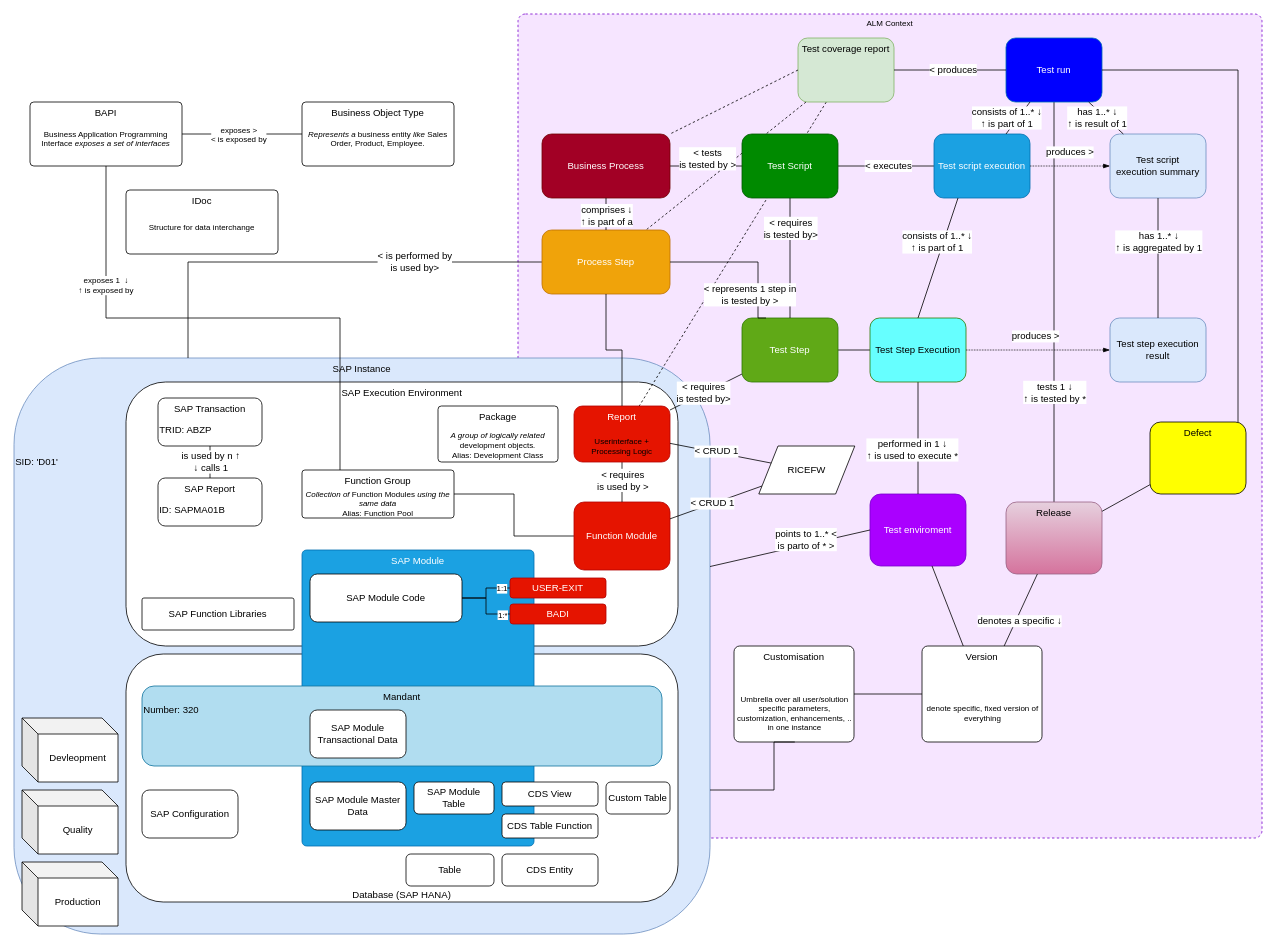
Before: SAP-Information-Model.drawio in sp-christian/sap-information-model, a draw.io diagram. Source tidied: cells renumbered, new cells numbered last; positions are measured from the earlier drawing's top-left corner, leaving out a move shared by most shapes. Both pictures are drawn from the tidied source at 80%, with x=0, y=0 at pixel (14, 14).
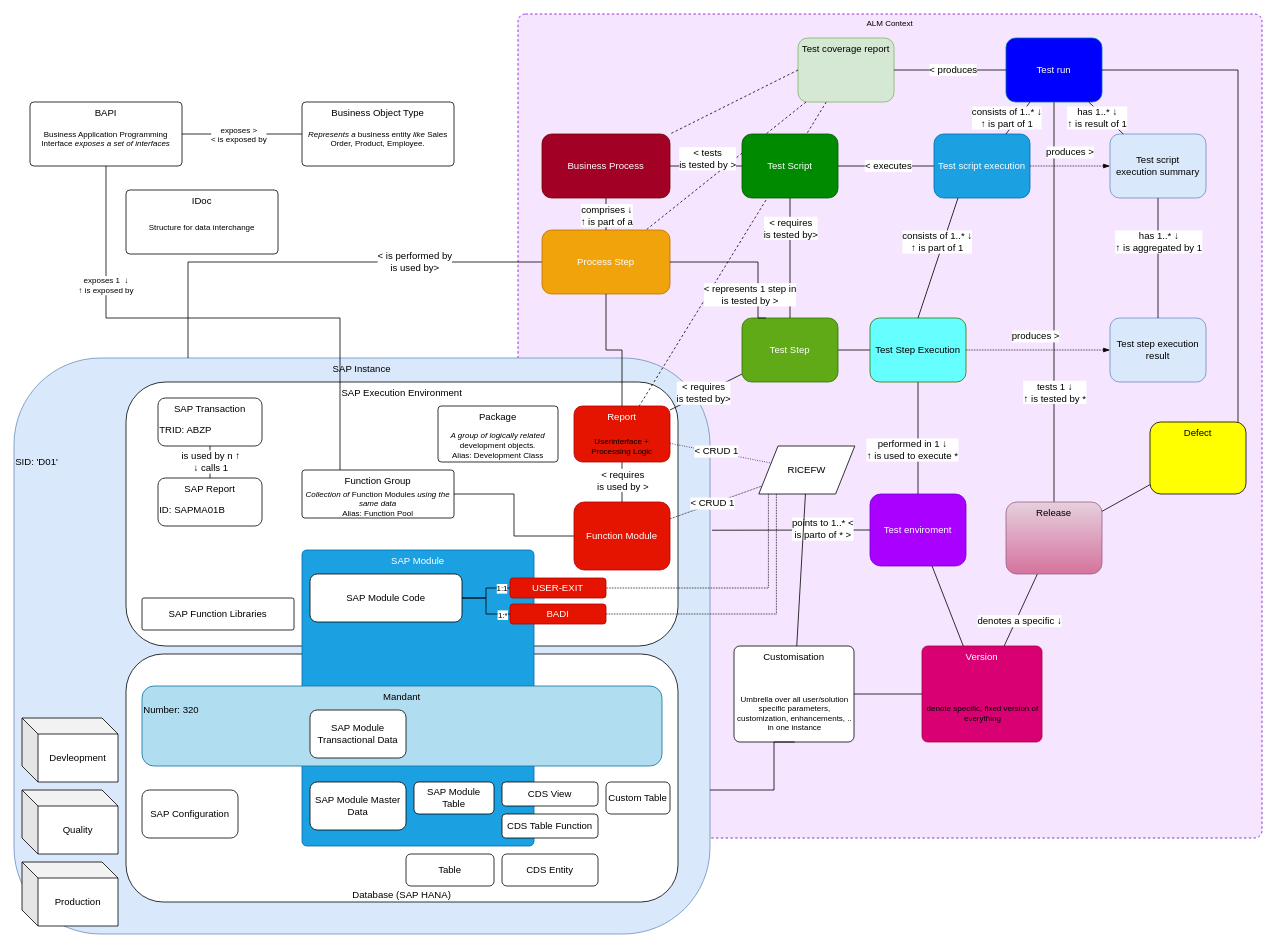
The same page after the edit.

The change refers to these unchanged cells:
```xml
<mxCell id="3" value="SAP Instance" style="rounded=1;whiteSpace=wrap;html=1;horizontal=1;verticalAlign=top;fillColor=#dae8fc;strokeColor=#6c8ebf;" parent="1" vertex="1">
  <mxGeometry y="430" width="870" height="720" as="geometry" />
</mxCell>
<mxCell id="64" value="Function Module" style="rounded=1;whiteSpace=wrap;html=1;fillColor=#e51400;strokeColor=#B20000;fontColor=#ffffff;" parent="1" vertex="1">
  <mxGeometry x="700" y="610" width="120" height="85" as="geometry" />
</mxCell>
<mxCell id="68" value="USER-EXIT" style="rounded=1;whiteSpace=wrap;html=1;fillColor=#e51400;strokeColor=#B20000;fontColor=#ffffff;" parent="1" vertex="1">
  <mxGeometry x="620" y="705" width="120" height="25" as="geometry" />
</mxCell>
<mxCell id="71" value="BADI" style="rounded=1;whiteSpace=wrap;html=1;fillColor=#e51400;strokeColor=#B20000;fontColor=#ffffff;" parent="1" vertex="1">
  <mxGeometry x="620" y="737.5" width="120" height="25" as="geometry" />
</mxCell>
<mxCell id="82" value="Customisation" style="rounded=1;whiteSpace=wrap;html=1;arcSize=6;verticalAlign=top;" parent="81" vertex="1">
  <mxGeometry width="150" height="120" as="geometry" />
</mxCell>
<mxCell id="85" style="group;" parent="1" vertex="1">
  <mxGeometry x="1135" y="790" width="150" height="120" as="geometry" />
</mxCell>
<mxCell id="90" value="Report" style="rounded=1;whiteSpace=wrap;html=1;fillColor=#e51400;strokeColor=#B20000;fontColor=#ffffff;verticalAlign=top;" parent="89" vertex="1">
  <mxGeometry width="120" height="70" as="geometry" />
</mxCell>
<mxCell id="92" value="Test enviroment" style="rounded=1;whiteSpace=wrap;html=1;fillColor=#aa00ff;strokeColor=#7700CC;fontColor=#ffffff;" parent="1" vertex="1">
  <mxGeometry x="1070" y="600" width="120" height="90" as="geometry" />
</mxCell>
<mxCell id="126" value="RICEFW" style="shape=parallelogram;perimeter=parallelogramPerimeter;whiteSpace=wrap;html=1;" parent="1" vertex="1">
  <mxGeometry x="931" y="540" width="120" height="60" as="geometry" />
</mxCell>
```

What changed in the source:
```diff
@@
-    <mxCell id="86" value="Version" style="rounded=1;whiteSpace=wrap;html=1;arcSize=6;verticalAlign=top;" parent="85" vertex="1">
+    <mxCell id="86" value="Version" style="rounded=1;whiteSpace=wrap;html=1;arcSize=6;verticalAlign=top;fillColor=#d80073;strokeColor=#A50040;fontColor=#ffffff;" parent="85" vertex="1">
       <mxGeometry width="150" height="120" as="geometry" />
     </mxCell>
@@
-    <mxCell id="99" style="endArrow=none;html=1;exitX=0;exitY=0.5;exitDx=0;exitDy=0;" parent="1" edge="1" source="92" target="3">
+    <mxCell id="99" style="endArrow=none;html=1;exitX=0;exitY=0.5;exitDx=0;exitDy=0;entryX=1.003;entryY=0.299;entryDx=0;entryDy=0;entryPerimeter=0;" parent="1" edge="1" source="92" target="3">
       <mxGeometry relative="1" as="geometry" />
     </mxCell>
     <mxCell id="100" value="&lt;div&gt;points to 1..* &amp;lt;&lt;/div&gt;&lt;div&gt;is parto of * &amp;gt;&lt;br&gt;&lt;/div&gt;" style="text;html=1;align=center;verticalAlign=middle;labelBackgroundColor=#ffffff;" parent="99" vertex="1">
       <mxGeometry x="-0.49" y="1" relative="1" as="geometry">
-        <mxPoint x="-30" y="-0.7" as="offset" />
+        <mxPoint x="-9.5" y="-2.6" as="offset" />
       </mxGeometry>
     </mxCell>
@@
-    <mxCell id="127" style="endArrow=none;html=1;" parent="1" edge="1" source="90" target="126">
+    <mxCell id="127" style="endArrow=none;html=1;dashed=1;dashPattern=1 2;" parent="1" edge="1" source="90" target="126">
       <mxGeometry relative="1" as="geometry" />
     </mxCell>
@@
-    <mxCell id="129" style="endArrow=none;html=1;" parent="1" edge="1" source="64" target="126">
+    <mxCell id="129" style="endArrow=none;html=1;dashed=1;dashPattern=1 1;" parent="1" edge="1" source="64" target="126">
       <mxGeometry relative="1" as="geometry" />
     </mxCell>
@@
+    <mxCell id="132" style="edgeStyle=orthogonalEdgeStyle;rounded=0;comic=0;jettySize=auto;html=1;endArrow=none;endFill=0;entryX=1;entryY=0.5;entryDx=0;entryDy=0;dashed=1;dashPattern=1 1;" parent="1" edge="1" source="126" target="68">
+      <mxGeometry relative="1" as="geometry">
+        <Array as="points">
+          <mxPoint x="943" y="718" />
+        </Array>
+      </mxGeometry>
+    </mxCell>
+    <mxCell id="133" style="edgeStyle=orthogonalEdgeStyle;rounded=0;comic=0;jettySize=auto;html=1;endArrow=none;endFill=0;entryX=1;entryY=0.5;entryDx=0;entryDy=0;dashed=1;dashPattern=1 1;" parent="1" edge="1" source="126" target="71">
+      <mxGeometry relative="1" as="geometry">
+        <Array as="points">
+          <mxPoint x="953" y="750" />
+        </Array>
+      </mxGeometry>
+    </mxCell>
+    <mxCell id="134" style="endArrow=none;html=1;" parent="1" edge="1" source="82" target="126">
+      <mxGeometry relative="1" as="geometry" />
+    </mxCell>
```
